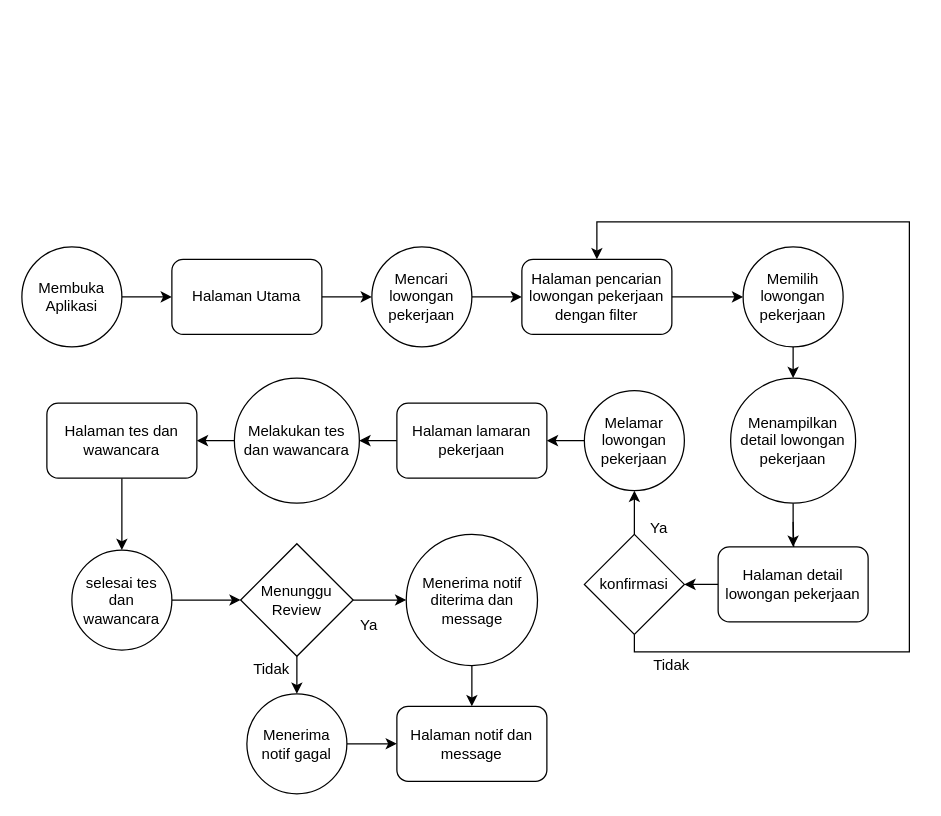
Earlier version of the draw.io diagram Jawir.drawio (Pfftz/Dicoding_wir). Source tidied: cells renumbered, new cells numbered last; positions are measured from the earlier drawing's top-left corner, leaving out a move shared by most shapes. Both pictures are drawn from the tidied source at 125%, with x=0, y=0 at pixel (21, 221).
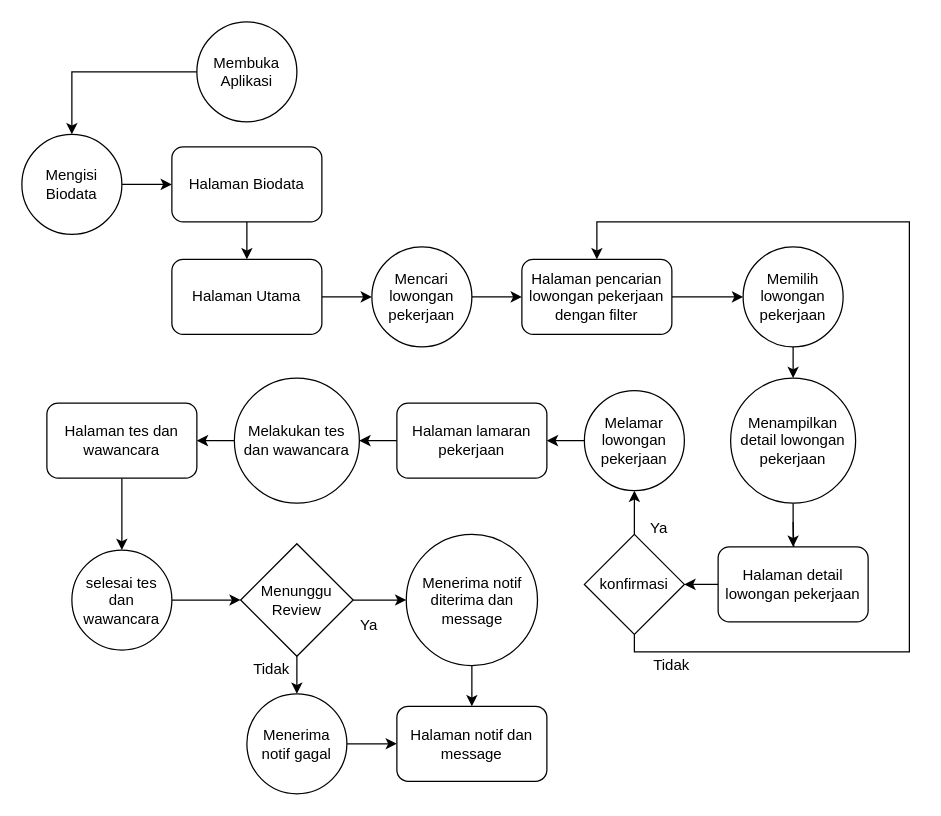
Above is the later version.

Unchanged cells that the change refers to:
```xml
<mxCell id="5" value="Halaman Utama" style="rounded=1;whiteSpace=wrap;html=1;" parent="1" vertex="1">
  <mxGeometry x="120" y="30" width="120" height="60" as="geometry" />
</mxCell>
```

The edit, as a diff of the source:
```diff
@@
-    <mxCell id="2" style="edgeStyle=orthogonalEdgeStyle;rounded=0;jettySize=auto;html=1;" parent="1" edge="1" source="3" target="5">
-      <mxGeometry relative="1" as="geometry" />
-    </mxCell>
+    <mxCell id="42" style="edgeStyle=orthogonalEdgeStyle;rounded=0;jettySize=auto;html=1;" parent="1" edge="1" source="3" target="44">
+      <mxGeometry relative="1" as="geometry" />
+    </mxCell>
     <mxCell id="3" value="Membuka Aplikasi" style="ellipse;whiteSpace=wrap;html=1;" parent="1" vertex="1">
-      <mxGeometry y="20" width="80" height="80" as="geometry" />
+      <mxGeometry x="140" y="-160" width="80" height="80" as="geometry" />
     </mxCell>
@@
+    <mxCell id="43" style="edgeStyle=orthogonalEdgeStyle;rounded=0;jettySize=auto;html=1;" parent="1" edge="1" source="44" target="46">
+      <mxGeometry relative="1" as="geometry" />
+    </mxCell>
+    <mxCell id="44" value="Mengisi Biodata" style="ellipse;whiteSpace=wrap;html=1;" parent="1" vertex="1">
+      <mxGeometry y="-70" width="80" height="80" as="geometry" />
+    </mxCell>
+    <mxCell id="45" style="edgeStyle=orthogonalEdgeStyle;rounded=0;jettySize=auto;html=1;" parent="1" edge="1" source="46" target="5">
+      <mxGeometry relative="1" as="geometry" />
+    </mxCell>
+    <mxCell id="46" value="Halaman Biodata" style="rounded=1;whiteSpace=wrap;html=1;" parent="1" vertex="1">
+      <mxGeometry x="120" y="-60" width="120" height="60" as="geometry" />
+    </mxCell>
```
